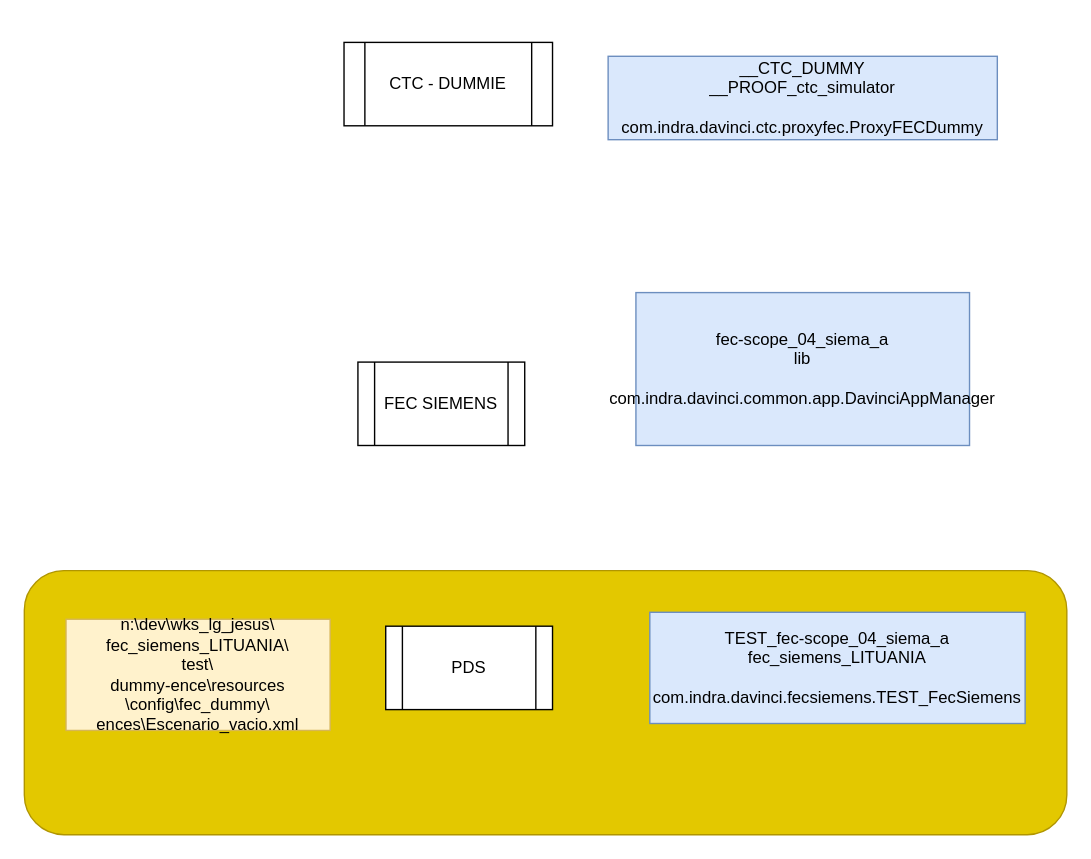
Earlier version of the draw.io diagram Untitled Diagram.drawio (jeongon/DIAGRAMAS_TMS). Source tidied: cells renumbered, new cells numbered last; positions are measured from the earlier drawing's top-left corner, leaving out a move shared by most shapes. Both pictures are drawn from the tidied source at 139%, with x=0, y=0 at pixel (24, 42).
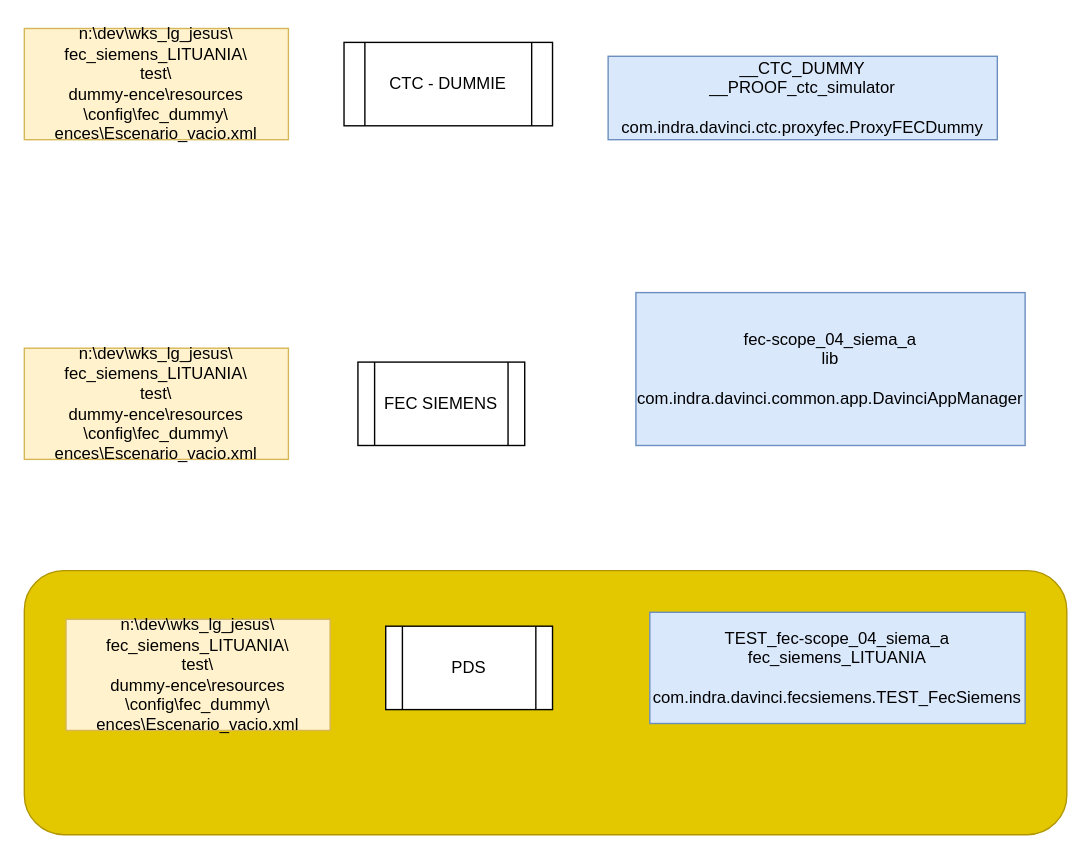
Above is the later version.

Change to the diagram source:
```diff
@@
 <mxGraphModel>
   <root>
     <mxCell id="0" />
     <mxCell id="1" parent="0" />
     <mxCell id="2" style="rounded=1;whiteSpace=wrap;html=1;fillColor=#e3c800;strokeColor=#B09500;fontColor=#000000;" parent="1" vertex="1">
       <mxGeometry y="380" width="750" height="190" as="geometry" />
     </mxCell>
     <mxCell id="3" value="FEC SIEMENS" style="shape=process;whiteSpace=wrap;html=1;backgroundOutline=1;" parent="1" vertex="1">
       <mxGeometry x="240" y="230" width="120" height="60" as="geometry" />
     </mxCell>
     <mxCell id="4" value="CTC - DUMMIE" style="shape=process;whiteSpace=wrap;html=1;backgroundOutline=1;" parent="1" vertex="1">
       <mxGeometry x="230" width="150" height="60" as="geometry" />
     </mxCell>
     <mxCell id="5" value="PDS" style="shape=process;whiteSpace=wrap;html=1;backgroundOutline=1;" parent="1" vertex="1">
       <mxGeometry x="260" y="420" width="120" height="60" as="geometry" />
     </mxCell>
     <mxCell id="6" value="TEST_fec-scope_04_siema_a&lt;br&gt;fec_siemens_LITUANIA&lt;br&gt;&lt;br&gt;com.indra.davinci.fecsiemens.TEST_FecSiemens&lt;br&gt;" style="text;html=1;strokeColor=#6c8ebf;fillColor=#dae8fc;align=center;verticalAlign=middle;whiteSpace=wrap;rounded=0;" parent="1" vertex="1">
       <mxGeometry x="450" y="410" width="270" height="80" as="geometry" />
     </mxCell>
     <mxCell id="7" value="fec-scope_04_siema_a&lt;br&gt;lib&lt;br&gt;&lt;br&gt;com.indra.davinci.common.app.DavinciAppManager" style="text;html=1;strokeColor=#6c8ebf;fillColor=#dae8fc;align=center;verticalAlign=middle;whiteSpace=wrap;rounded=0;" parent="1" vertex="1">
-      <mxGeometry x="440" y="180" width="240" height="110" as="geometry" />
+      <mxGeometry x="440" y="180" width="280" height="110" as="geometry" />
     </mxCell>
     <mxCell id="8" value="__CTC_DUMMY&lt;br&gt;__PROOF_ctc_simulator&lt;br&gt;&lt;br&gt;com.indra.davinci.ctc.proxyfec.ProxyFECDummy" style="text;html=1;strokeColor=#6c8ebf;fillColor=#dae8fc;align=center;verticalAlign=middle;whiteSpace=wrap;rounded=0;" parent="1" vertex="1">
       <mxGeometry x="420" y="10" width="280" height="60" as="geometry" />
     </mxCell>
     <mxCell id="9" value="n:\dev\wks_lg_jesus\&lt;br&gt;fec_siemens_LITUANIA\&lt;br&gt;test\&lt;br&gt;dummy-ence\resources&lt;br&gt;\config\fec_dummy\&lt;br&gt;ences\Escenario_vacio.xml" style="text;html=1;strokeColor=#d6b656;fillColor=#fff2cc;align=center;verticalAlign=middle;whiteSpace=wrap;rounded=0;" parent="1" vertex="1">
       <mxGeometry x="30" y="415" width="190" height="80" as="geometry" />
     </mxCell>
+    <mxCell id="10" value="n:\dev\wks_lg_jesus\&lt;br&gt;fec_siemens_LITUANIA\&lt;br&gt;test\&lt;br&gt;dummy-ence\resources&lt;br&gt;\config\fec_dummy\&lt;br&gt;ences\Escenario_vacio.xml" style="text;html=1;strokeColor=#d6b656;fillColor=#fff2cc;align=center;verticalAlign=middle;whiteSpace=wrap;rounded=0;" parent="1" vertex="1">
+      <mxGeometry y="-10" width="190" height="80" as="geometry" />
+    </mxCell>
+    <mxCell id="11" value="n:\dev\wks_lg_jesus\&lt;br&gt;fec_siemens_LITUANIA\&lt;br&gt;test\&lt;br&gt;dummy-ence\resources&lt;br&gt;\config\fec_dummy\&lt;br&gt;ences\Escenario_vacio.xml" style="text;html=1;strokeColor=#d6b656;fillColor=#fff2cc;align=center;verticalAlign=middle;whiteSpace=wrap;rounded=0;" parent="1" vertex="1">
+      <mxGeometry y="220" width="190" height="80" as="geometry" />
+    </mxCell>
   </root>
 </mxGraphModel>
```
